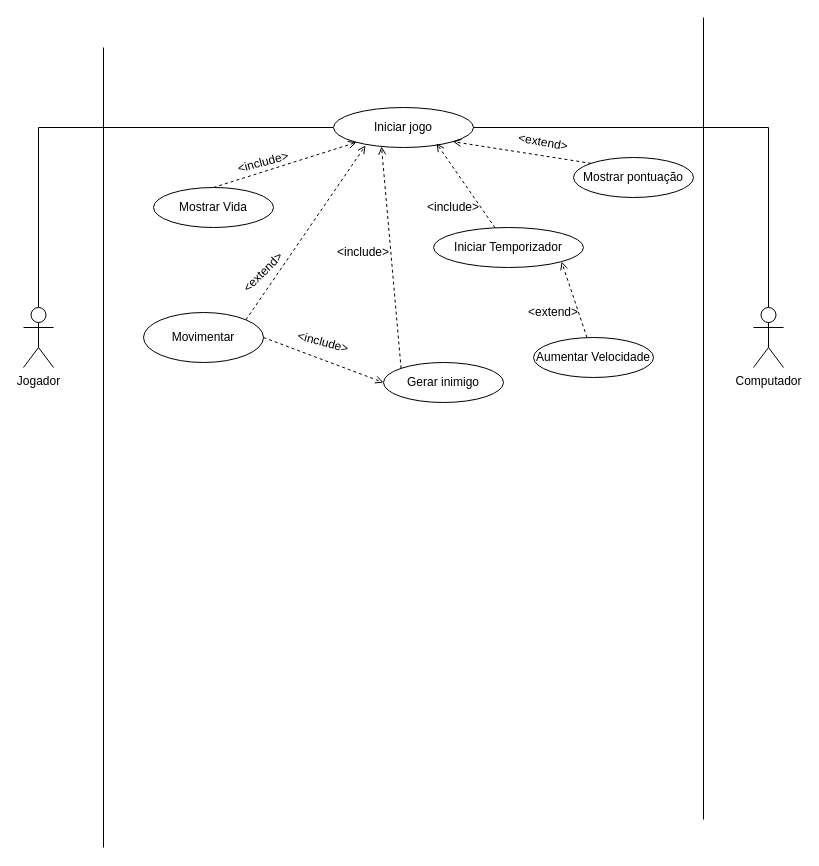
This is Diagrama sem nome.drawio from yuritelis/atvmusica, a draw.io file, before an edit. Source tidied: cells renumbered, new cells numbered last; positions are measured from the earlier drawing's top-left corner, leaving out a move shared by most shapes. Both pictures are drawn from the tidied source at 100%, with x=0, y=0 at pixel (23, 17).
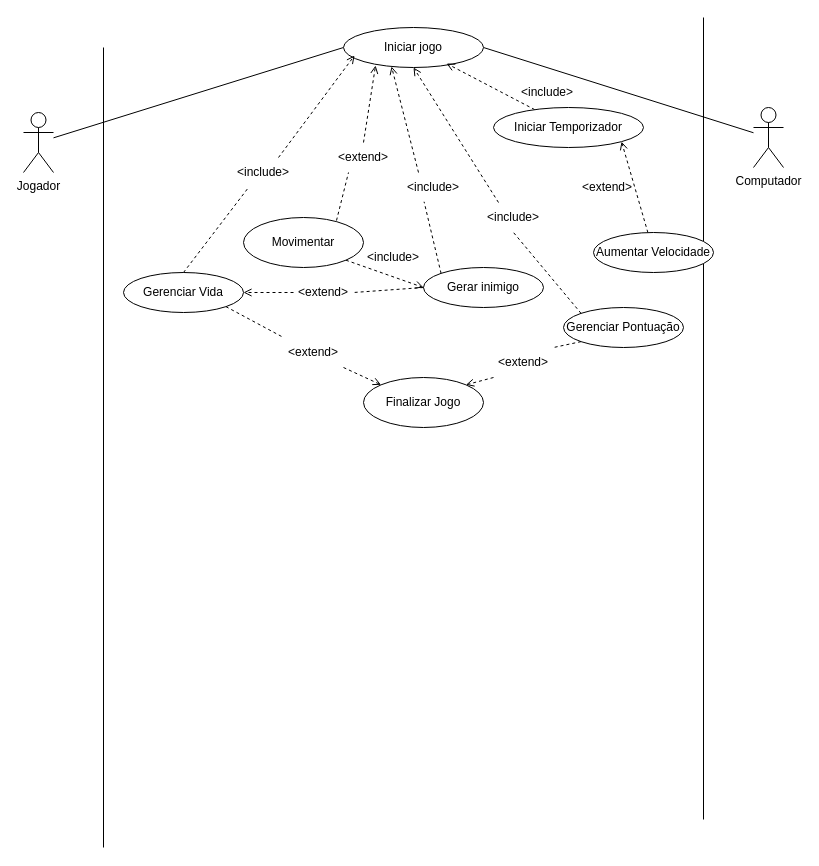
The same page after the edit.

What changed in the source:
```diff
@@
-    <mxCell id="2" style="edgeStyle=orthogonalEdgeStyle;rounded=0;jettySize=auto;html=1;entryX=0;entryY=0.5;entryDx=0;entryDy=0;endArrow=none;endFill=0;" parent="1" edge="1" source="3" target="8">
-      <mxGeometry relative="1" as="geometry">
-        <Array as="points">
-          <mxPoint x="15" y="110" />
-        </Array>
-      </mxGeometry>
+    <mxCell id="2" style="rounded=0;jettySize=auto;html=1;entryX=0;entryY=0.5;entryDx=0;entryDy=0;endArrow=none;endFill=0;" parent="1" edge="1" source="3" target="8">
+      <mxGeometry relative="1" as="geometry" />
     </mxCell>
     <mxCell id="3" value="Jogador" style="shape=umlActor;verticalLabelPosition=bottom;verticalAlign=top;html=1;outlineConnect=0;" parent="1" vertex="1">
-      <mxGeometry y="290" width="30" height="60" as="geometry" />
+      <mxGeometry y="95" width="30" height="60" as="geometry" />
     </mxCell>
-    <mxCell id="4" style="edgeStyle=orthogonalEdgeStyle;rounded=0;jettySize=auto;html=1;entryX=1;entryY=0.5;entryDx=0;entryDy=0;endArrow=none;endFill=0;" parent="1" edge="1" source="5" target="8">
-      <mxGeometry relative="1" as="geometry">
-        <Array as="points">
-          <mxPoint x="745" y="110" />
-        </Array>
-      </mxGeometry>
+    <mxCell id="4" style="rounded=0;jettySize=auto;html=1;entryX=1;entryY=0.5;entryDx=0;entryDy=0;endArrow=none;endFill=0;" parent="1" edge="1" source="5" target="8">
+      <mxGeometry relative="1" as="geometry" />
     </mxCell>
     <mxCell id="5" value="Computador" style="shape=umlActor;verticalLabelPosition=bottom;verticalAlign=top;html=1;outlineConnect=0;" parent="1" vertex="1">
-      <mxGeometry x="730" y="290" width="30" height="60" as="geometry" />
+      <mxGeometry x="730" y="90" width="30" height="60" as="geometry" />
     </mxCell>
@@
     <mxCell id="8" value="Iniciar jogo" style="ellipse;whiteSpace=wrap;html=1;" parent="1" vertex="1">
-      <mxGeometry x="310" y="90" width="140" height="40" as="geometry" />
+      <mxGeometry x="320" y="10" width="140" height="40" as="geometry" />
     </mxCell>
+    <mxCell id="29" style="rounded=0;jettySize=auto;html=1;exitX=0;exitY=1;exitDx=0;exitDy=0;entryX=1;entryY=0;entryDx=0;entryDy=0;dashed=1;endArrow=open;endFill=0;" parent="1" edge="1" source="39" target="35">
+      <mxGeometry relative="1" as="geometry" />
+    </mxCell>
-    <mxCell id="9" value="Mostrar pontuação" style="ellipse;whiteSpace=wrap;html=1;" parent="1" vertex="1">
-      <mxGeometry x="550" y="140" width="120" height="40" as="geometry" />
+    <mxCell id="9" value="Gerenciar Pontuação" style="ellipse;whiteSpace=wrap;html=1;" parent="1" vertex="1">
+      <mxGeometry x="540" y="290" width="120" height="40" as="geometry" />
     </mxCell>
+    <mxCell id="30" style="rounded=0;jettySize=auto;html=1;exitX=0;exitY=0.5;exitDx=0;exitDy=0;entryX=1;entryY=0.5;entryDx=0;entryDy=0;endArrow=open;endFill=0;dashed=1;" parent="1" edge="1" source="42" target="12">
+      <mxGeometry relative="1" as="geometry" />
+    </mxCell>
     <mxCell id="10" value="Gerar inimigo" style="ellipse;whiteSpace=wrap;html=1;" parent="1" vertex="1">
-      <mxGeometry x="360" y="345" width="120" height="40" as="geometry" />
+      <mxGeometry x="400" y="250" width="120" height="40" as="geometry" />
     </mxCell>
-    <mxCell id="11" style="endArrow=open;html=1;rounded=0;entryX=1;entryY=1;entryDx=0;entryDy=0;dashed=1;endFill=0;exitX=0;exitY=0;exitDx=0;exitDy=0;" parent="1" edge="1" source="9" target="8">
+    <mxCell id="11" style="endArrow=open;html=1;rounded=0;entryX=0.5;entryY=1;entryDx=0;entryDy=0;dashed=1;endFill=0;exitX=0.25;exitY=0;exitDx=0;exitDy=0;" parent="1" edge="1" source="14" target="8">
       <mxGeometry relative="1" as="geometry" />
     </mxCell>
+    <mxCell id="31" style="rounded=0;jettySize=auto;html=1;exitX=1;exitY=1;exitDx=0;exitDy=0;entryX=0;entryY=0;entryDx=0;entryDy=0;endArrow=open;endFill=0;dashed=1;" parent="1" edge="1" source="37" target="35">
+      <mxGeometry relative="1" as="geometry" />
+    </mxCell>
-    <mxCell id="12" value="Mostrar Vida" style="ellipse;whiteSpace=wrap;html=1;" parent="1" vertex="1">
-      <mxGeometry x="130" y="170" width="120" height="40" as="geometry" />
+    <mxCell id="12" value="Gerenciar Vida" style="ellipse;whiteSpace=wrap;html=1;" parent="1" vertex="1">
+      <mxGeometry x="100" y="255" width="120" height="40" as="geometry" />
     </mxCell>
-    <mxCell id="13" style="endArrow=open;html=1;rounded=0;exitX=0.5;exitY=0;exitDx=0;exitDy=0;dashed=1;endFill=0;" parent="1" edge="1" source="12" target="8">
+    <mxCell id="13" style="endArrow=open;html=1;rounded=0;exitX=0.75;exitY=0;exitDx=0;exitDy=0;dashed=1;endFill=0;entryX=0.079;entryY=0.7;entryDx=0;entryDy=0;entryPerimeter=0;" parent="1" edge="1" source="15" target="8">
       <mxGeometry relative="1" as="geometry" />
     </mxCell>
-    <mxCell id="14" value="&amp;lt;extend&amp;gt;" style="text;html=1;strokeColor=none;fillColor=none;align=center;verticalAlign=middle;whiteSpace=wrap;rounded=0;rotation=10;" parent="1" vertex="1">
-      <mxGeometry x="490" y="110" width="60" height="30" as="geometry" />
-    </mxCell>
-    <mxCell id="15" value="&amp;lt;include&amp;gt;" style="text;html=1;strokeColor=none;fillColor=none;align=center;verticalAlign=middle;whiteSpace=wrap;rounded=0;rotation=-15;" parent="1" vertex="1">
-      <mxGeometry x="210" y="130" width="60" height="30" as="geometry" />
-    </mxCell>
-    <mxCell id="16" style="rounded=0;jettySize=auto;html=1;exitX=1;exitY=0;exitDx=0;exitDy=0;entryX=0.229;entryY=0.95;entryDx=0;entryDy=0;entryPerimeter=0;dashed=1;endArrow=open;endFill=0;" parent="1" edge="1" source="17" target="8">
+    <mxCell id="16" style="rounded=0;jettySize=auto;html=1;exitX=0.5;exitY=0;exitDx=0;exitDy=0;entryX=0.229;entryY=0.95;entryDx=0;entryDy=0;entryPerimeter=0;dashed=1;endArrow=open;endFill=0;" parent="1" edge="1" source="28" target="8">
       <mxGeometry relative="1" as="geometry" />
     </mxCell>
     <mxCell id="17" value="Movimentar" style="ellipse;whiteSpace=wrap;html=1;" parent="1" vertex="1">
-      <mxGeometry x="120" y="295" width="120" height="50" as="geometry" />
+      <mxGeometry x="220" y="200" width="120" height="50" as="geometry" />
     </mxCell>
-    <mxCell id="18" style="endArrow=open;html=1;rounded=0;exitX=1;exitY=0.5;exitDx=0;exitDy=0;entryX=0;entryY=0.5;entryDx=0;entryDy=0;dashed=1;endFill=0;" parent="1" edge="1" source="17" target="10">
+    <mxCell id="18" style="endArrow=open;html=1;rounded=0;exitX=1;exitY=1;exitDx=0;exitDy=0;entryX=0;entryY=0.5;entryDx=0;entryDy=0;dashed=1;endFill=0;" parent="1" edge="1" source="17" target="10">
       <mxGeometry relative="1" as="geometry" />
     </mxCell>
@@
     <mxCell id="20" value="Aumentar Velocidade" style="ellipse;whiteSpace=wrap;html=1;" parent="1" vertex="1">
-      <mxGeometry x="510" y="320" width="120" height="40" as="geometry" />
+      <mxGeometry x="570" y="215" width="120" height="40" as="geometry" />
     </mxCell>
-    <mxCell id="21" style="endArrow=open;html=1;rounded=0;exitX=0;exitY=0;exitDx=0;exitDy=0;dashed=1;endFill=0;entryX=0.343;entryY=0.975;entryDx=0;entryDy=0;entryPerimeter=0;" parent="1" edge="1" source="10" target="8">
+    <mxCell id="21" style="endArrow=open;html=1;rounded=0;exitX=0.25;exitY=0;exitDx=0;exitDy=0;dashed=1;endFill=0;entryX=0.343;entryY=0.975;entryDx=0;entryDy=0;entryPerimeter=0;" parent="1" edge="1" source="24" target="8">
       <mxGeometry relative="1" as="geometry" />
     </mxCell>
-    <mxCell id="22" value="&amp;lt;include&amp;gt;" style="text;html=1;strokeColor=none;fillColor=none;align=center;verticalAlign=middle;whiteSpace=wrap;rounded=0;rotation=15;" parent="1" vertex="1">
-      <mxGeometry x="270" y="310" width="60" height="30" as="geometry" />
+    <mxCell id="22" value="&amp;lt;include&amp;gt;" style="text;html=1;strokeColor=none;fillColor=none;align=center;verticalAlign=middle;whiteSpace=wrap;rounded=0;rotation=0;" parent="1" vertex="1">
+      <mxGeometry x="340" y="225" width="60" height="30" as="geometry" />
     </mxCell>
     <mxCell id="23" value="&amp;lt;include&amp;gt;" style="text;html=1;strokeColor=none;fillColor=none;align=center;verticalAlign=middle;whiteSpace=wrap;rounded=0;rotation=0;" parent="1" vertex="1">
-      <mxGeometry x="310" y="220" width="60" height="30" as="geometry" />
+      <mxGeometry x="494" y="60" width="60" height="30" as="geometry" />
     </mxCell>
-    <mxCell id="24" value="&amp;lt;include&amp;gt;" style="text;html=1;strokeColor=none;fillColor=none;align=center;verticalAlign=middle;whiteSpace=wrap;rounded=0;rotation=0;" parent="1" vertex="1">
-      <mxGeometry x="400" y="175" width="60" height="30" as="geometry" />
-    </mxCell>
@@
     <mxCell id="26" value="Iniciar Temporizador" style="ellipse;whiteSpace=wrap;html=1;" parent="1" vertex="1">
-      <mxGeometry x="410" y="210" width="150" height="40" as="geometry" />
+      <mxGeometry x="470" y="90" width="150" height="40" as="geometry" />
     </mxCell>
     <mxCell id="27" value="&amp;lt;extend&amp;gt;" style="text;html=1;strokeColor=none;fillColor=none;align=center;verticalAlign=middle;whiteSpace=wrap;rounded=0;rotation=0;" parent="1" vertex="1">
-      <mxGeometry x="500" y="280" width="60" height="30" as="geometry" />
+      <mxGeometry x="554" y="155" width="60" height="30" as="geometry" />
     </mxCell>
+    <mxCell id="32" style="endArrow=none;html=1;rounded=0;exitX=0;exitY=0;exitDx=0;exitDy=0;dashed=1;endFill=0;entryX=0.343;entryY=0.975;entryDx=0;entryDy=0;entryPerimeter=0;" parent="1" edge="1" source="10" target="24">
+      <mxGeometry relative="1" as="geometry" />
+    </mxCell>
+    <mxCell id="24" value="&amp;lt;include&amp;gt;" style="text;html=1;strokeColor=none;fillColor=none;align=center;verticalAlign=middle;whiteSpace=wrap;rounded=0;rotation=0;" parent="1" vertex="1">
+      <mxGeometry x="380" y="155" width="60" height="30" as="geometry" />
+    </mxCell>
+    <mxCell id="33" style="rounded=0;jettySize=auto;html=1;exitX=0.775;exitY=0.06;exitDx=0;exitDy=0;dashed=1;endArrow=none;endFill=0;exitPerimeter=0;entryX=0.25;entryY=1;entryDx=0;entryDy=0;" parent="1" edge="1" source="17" target="28">
+      <mxGeometry relative="1" as="geometry" />
+    </mxCell>
-    <mxCell id="28" value="&amp;lt;extend&amp;gt;" style="text;html=1;strokeColor=none;fillColor=none;align=center;verticalAlign=middle;whiteSpace=wrap;rounded=0;rotation=-45;" parent="1" vertex="1">
-      <mxGeometry x="210" y="240" width="60" height="30" as="geometry" />
+    <mxCell id="28" value="&amp;lt;extend&amp;gt;" style="text;html=1;strokeColor=none;fillColor=none;align=center;verticalAlign=middle;whiteSpace=wrap;rounded=0;rotation=0;" parent="1" vertex="1">
+      <mxGeometry x="310" y="125" width="60" height="30" as="geometry" />
     </mxCell>
+    <mxCell id="34" style="endArrow=none;html=1;rounded=0;entryX=0.5;entryY=1;entryDx=0;entryDy=0;dashed=1;endFill=0;exitX=0;exitY=0;exitDx=0;exitDy=0;" parent="1" edge="1" source="9" target="14">
+      <mxGeometry relative="1" as="geometry" />
+    </mxCell>
+    <mxCell id="14" value="&amp;lt;include&amp;gt;" style="text;html=1;strokeColor=none;fillColor=none;align=center;verticalAlign=middle;whiteSpace=wrap;rounded=0;rotation=0;" parent="1" vertex="1">
+      <mxGeometry x="460" y="185" width="60" height="30" as="geometry" />
+    </mxCell>
+    <mxCell id="35" value="Finalizar Jogo" style="ellipse;whiteSpace=wrap;html=1;" parent="1" vertex="1">
+      <mxGeometry x="340" y="360" width="120" height="50" as="geometry" />
+    </mxCell>
+    <mxCell id="36" style="rounded=0;jettySize=auto;html=1;exitX=1;exitY=1;exitDx=0;exitDy=0;entryX=0;entryY=0;entryDx=0;entryDy=0;endArrow=none;endFill=0;dashed=1;" parent="1" edge="1" source="12" target="37">
+      <mxGeometry relative="1" as="geometry" />
+    </mxCell>
+    <mxCell id="37" value="&amp;lt;extend&amp;gt;" style="text;html=1;strokeColor=none;fillColor=none;align=center;verticalAlign=middle;whiteSpace=wrap;rounded=0;rotation=0;" parent="1" vertex="1">
+      <mxGeometry x="260" y="320" width="60" height="30" as="geometry" />
+    </mxCell>
+    <mxCell id="38" style="rounded=0;jettySize=auto;html=1;exitX=0;exitY=1;exitDx=0;exitDy=0;entryX=1;entryY=0;entryDx=0;entryDy=0;dashed=1;endArrow=none;endFill=0;" parent="1" edge="1" source="9" target="39">
+      <mxGeometry relative="1" as="geometry" />
+    </mxCell>
+    <mxCell id="39" value="&amp;lt;extend&amp;gt;" style="text;html=1;strokeColor=none;fillColor=none;align=center;verticalAlign=middle;whiteSpace=wrap;rounded=0;rotation=0;" parent="1" vertex="1">
+      <mxGeometry x="470" y="330" width="60" height="30" as="geometry" />
+    </mxCell>
+    <mxCell id="40" style="endArrow=none;html=1;rounded=0;exitX=0.5;exitY=0;exitDx=0;exitDy=0;dashed=1;endFill=0;entryX=0.25;entryY=1;entryDx=0;entryDy=0;" parent="1" edge="1" source="12" target="15">
+      <mxGeometry relative="1" as="geometry" />
+    </mxCell>
+    <mxCell id="15" value="&amp;lt;include&amp;gt;" style="text;html=1;strokeColor=none;fillColor=none;align=center;verticalAlign=middle;whiteSpace=wrap;rounded=0;rotation=0;" parent="1" vertex="1">
+      <mxGeometry x="210" y="140" width="60" height="30" as="geometry" />
+    </mxCell>
+    <mxCell id="41" style="rounded=0;jettySize=auto;html=1;exitX=0;exitY=0.5;exitDx=0;exitDy=0;entryX=1;entryY=0.5;entryDx=0;entryDy=0;endArrow=none;endFill=0;dashed=1;" parent="1" edge="1" source="10" target="42">
+      <mxGeometry relative="1" as="geometry" />
+    </mxCell>
+    <mxCell id="42" value="&amp;lt;extend&amp;gt;" style="text;html=1;strokeColor=none;fillColor=none;align=center;verticalAlign=middle;whiteSpace=wrap;rounded=0;rotation=0;" parent="1" vertex="1">
+      <mxGeometry x="270" y="260" width="60" height="30" as="geometry" />
+    </mxCell>
```
